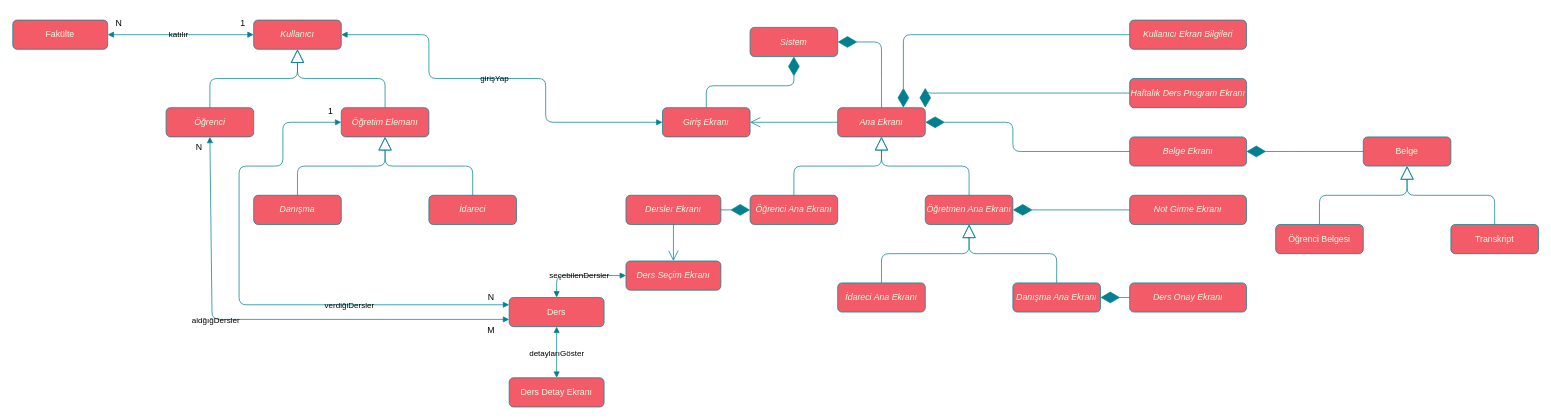
The draw.io diagram DrawIO(UML)/UBYS UML Concept.drawio in FP-Leo/Student_Information-_System-UBYS, before the edit. Source tidied: cells renumbered, new cells numbered last; positions are measured from the earlier drawing's top-left corner, leaving out a move shared by most shapes. Both pictures are drawn from the tidied source at 73%, with x=0, y=0 at pixel (12, 12).
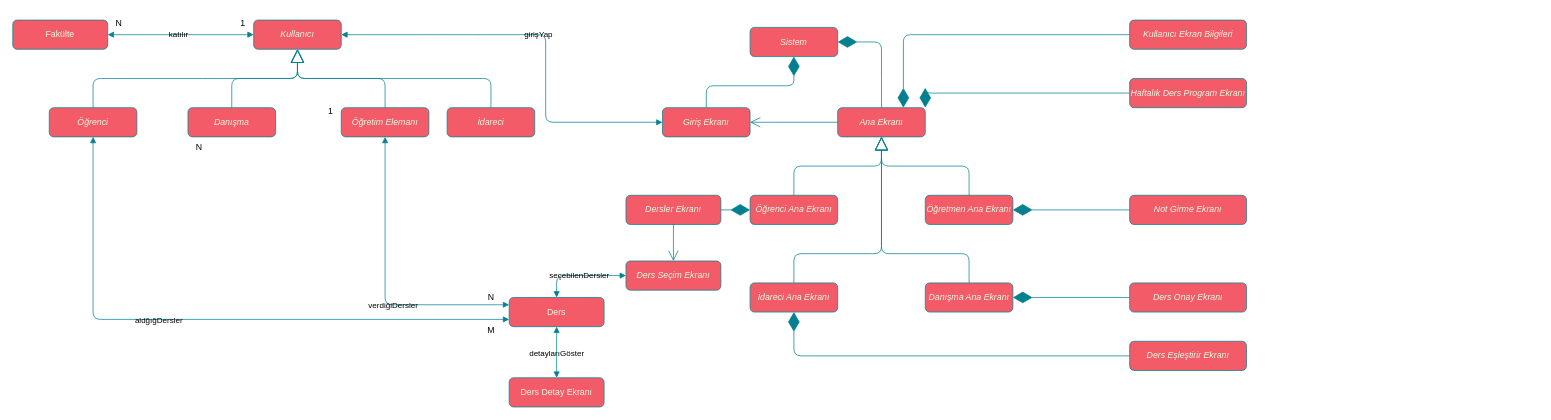
The same diagram, later.

Commit message:
Updated UML Concept

Will have to revisit UML Implementation

Unchanged cells that the change refers to:
```xml
<mxCell id="2" value="&lt;span style=&quot;font-style: italic; text-wrap: nowrap;&quot;&gt;Kullanıcı&lt;/span&gt;" style="html=1;whiteSpace=wrap;rounded=1;labelBackgroundColor=none;fillColor=#F45B69;strokeColor=#028090;fontColor=#E4FDE1;" parent="1" vertex="1">
  <mxGeometry x="330" y="10" width="120" height="40" as="geometry" />
</mxCell>
<mxCell id="4" value="&lt;span style=&quot;font-style: italic; text-wrap: nowrap;&quot;&gt;Öğretim Elemanı&lt;/span&gt;" style="html=1;whiteSpace=wrap;rounded=1;labelBackgroundColor=none;fillColor=#F45B69;strokeColor=#028090;fontColor=#E4FDE1;" parent="1" vertex="1">
  <mxGeometry x="450" y="130" width="120" height="40" as="geometry" />
</mxCell>
<mxCell id="8" value="&lt;span style=&quot;text-wrap: nowrap;&quot;&gt;&lt;i&gt;Ana Ekranı&lt;/i&gt;&lt;/span&gt;" style="html=1;whiteSpace=wrap;rounded=1;labelBackgroundColor=none;fillColor=#F45B69;strokeColor=#028090;fontColor=#E4FDE1;" parent="1" vertex="1">
  <mxGeometry x="1130" y="130" width="120" height="40" as="geometry" />
</mxCell>
<mxCell id="9" value="&lt;span style=&quot;font-style: italic; text-wrap: nowrap;&quot;&gt;Giriş Ekranı&lt;/span&gt;" style="html=1;whiteSpace=wrap;rounded=1;labelBackgroundColor=none;fillColor=#F45B69;strokeColor=#028090;fontColor=#E4FDE1;" parent="1" vertex="1">
  <mxGeometry x="890" y="130" width="120" height="40" as="geometry" />
</mxCell>
<mxCell id="28" value="Ders" style="html=1;whiteSpace=wrap;rounded=1;labelBackgroundColor=none;fillColor=#F45B69;strokeColor=#028090;fontColor=#E4FDE1;" parent="1" vertex="1">
  <mxGeometry x="680" y="390" width="130" height="40" as="geometry" />
</mxCell>
```

The edit, as a diff of the source:
```diff
@@
     <mxCell id="3" value="&lt;span style=&quot;font-style: italic; text-wrap: nowrap;&quot;&gt;Öğrenci&lt;/span&gt;" style="html=1;whiteSpace=wrap;rounded=1;labelBackgroundColor=none;fillColor=#F45B69;strokeColor=#028090;fontColor=#E4FDE1;" parent="1" vertex="1">
-      <mxGeometry x="210" y="130" width="120" height="40" as="geometry" />
+      <mxGeometry x="50" y="130" width="120" height="40" as="geometry" />
     </mxCell>
@@
     <mxCell id="5" value="&lt;span style=&quot;font-style: italic; text-wrap: nowrap;&quot;&gt;Danışma&lt;/span&gt;" style="html=1;whiteSpace=wrap;rounded=1;labelBackgroundColor=none;fillColor=#F45B69;strokeColor=#028090;fontColor=#E4FDE1;" parent="1" vertex="1">
-      <mxGeometry x="330" y="250" width="120" height="40" as="geometry" />
+      <mxGeometry x="240" y="130" width="120" height="40" as="geometry" />
     </mxCell>
     <mxCell id="6" value="&lt;i&gt;İdareci&lt;/i&gt;" style="html=1;whiteSpace=wrap;align=center;rounded=1;labelBackgroundColor=none;fillColor=#F45B69;strokeColor=#028090;fontColor=#E4FDE1;" parent="1" vertex="1">
-      <mxGeometry x="570" y="250" width="120" height="40" as="geometry" />
+      <mxGeometry x="595" y="130" width="120" height="40" as="geometry" />
     </mxCell>
@@
     <mxCell id="12" value="&lt;span style=&quot;text-wrap: nowrap;&quot;&gt;&lt;i&gt;İdareci Ana Ekranı&lt;/i&gt;&lt;/span&gt;" style="html=1;whiteSpace=wrap;rounded=1;strokeColor=#028090;labelBackgroundColor=none;fillColor=#F45B69;fontColor=#E4FDE1;" parent="1" vertex="1">
-      <mxGeometry x="1130" y="370" width="120" height="40" as="geometry" />
+      <mxGeometry x="1010" y="370" width="120" height="40" as="geometry" />
     </mxCell>
     <mxCell id="13" value="&lt;span style=&quot;text-wrap: nowrap;&quot;&gt;&lt;i&gt;Danışma Ana Ekranı&lt;/i&gt;&lt;/span&gt;" style="html=1;whiteSpace=wrap;rounded=1;labelBackgroundColor=none;fillColor=#F45B69;strokeColor=#028090;fontColor=#E4FDE1;" parent="1" vertex="1">
-      <mxGeometry x="1370" y="370" width="120" height="40" as="geometry" />
+      <mxGeometry x="1250" y="370" width="120" height="40" as="geometry" />
     </mxCell>
@@
-    <mxCell id="17" value="&lt;span style=&quot;text-wrap: nowrap;&quot;&gt;&lt;i&gt;Belge Ekranı&lt;/i&gt;&lt;/span&gt;" style="html=1;whiteSpace=wrap;rounded=1;labelBackgroundColor=none;fillColor=#F45B69;strokeColor=#028090;fontColor=#E4FDE1;" parent="1" vertex="1">
-      <mxGeometry x="1530" y="170" width="160" height="40" as="geometry" />
-    </mxCell>
@@
-    <mxCell id="24" style="endArrow=diamondThin;endFill=1;endSize=24;html=1;rounded=1;exitX=0;exitY=0.5;exitDx=0;exitDy=0;entryX=1;entryY=0.5;entryDx=0;entryDy=0;fillColor=#F45B69;strokeColor=#028090;labelBackgroundColor=none;fontColor=default;" parent="1" edge="1" source="17" target="8">
-      <mxGeometry relative="1" as="geometry">
-        <Array as="points">
-          <mxPoint x="1370" y="190" />
-          <mxPoint x="1370" y="150" />
-        </Array>
-      </mxGeometry>
-    </mxCell>
@@
     <mxCell id="34" style="endArrow=block;endSize=16;endFill=0;html=1;rounded=1;exitX=0.5;exitY=0;exitDx=0;exitDy=0;entryX=0.5;entryY=1;entryDx=0;entryDy=0;labelBackgroundColor=none;strokeColor=#028090;fontColor=default;" parent="1" edge="1" source="3" target="2">
       <mxGeometry relative="1" as="geometry">
         <Array as="points">
+          <mxPoint x="110" y="90" />
           <mxPoint x="270" y="90" />
           <mxPoint x="390" y="90" />
         </Array>
       </mxGeometry>
     </mxCell>
@@
-    <mxCell id="36" style="endArrow=block;endSize=16;endFill=0;html=1;rounded=1;labelBackgroundColor=none;strokeColor=#028090;fontColor=default;" parent="1" edge="1">
+    <mxCell id="36" style="endArrow=block;endSize=16;endFill=0;html=1;rounded=1;labelBackgroundColor=none;strokeColor=#028090;fontColor=default;exitX=0.5;exitY=0;exitDx=0;exitDy=0;" parent="1" edge="1" source="5">
       <mxGeometry relative="1" as="geometry">
-        <mxPoint x="390" y="250" as="sourcePoint" />
-        <mxPoint x="510" y="170" as="targetPoint" />
+        <mxPoint x="390" y="50" as="targetPoint" />
         <Array as="points">
-          <mxPoint x="390" y="210" />
-          <mxPoint x="510" y="210" />
+          <mxPoint x="300" y="90" />
+          <mxPoint x="390" y="90" />
         </Array>
       </mxGeometry>
     </mxCell>
-    <mxCell id="37" style="endArrow=block;endSize=16;endFill=0;html=1;rounded=1;entryX=0.5;entryY=1;entryDx=0;entryDy=0;labelBackgroundColor=none;strokeColor=#028090;fontColor=default;" parent="1" edge="1" target="4">
-      <mxGeometry relative="1" as="geometry">
-        <mxPoint x="630" y="250" as="sourcePoint" />
-        <Array as="points">
-          <mxPoint x="630" y="210" />
-          <mxPoint x="510" y="210" />
-        </Array>
-      </mxGeometry>
-    </mxCell>
@@
-    <mxCell id="47" value="Belge" style="whiteSpace=wrap;html=1;rounded=1;labelBackgroundColor=none;fillColor=#F45B69;strokeColor=#028090;fontColor=#E4FDE1;" parent="1" vertex="1">
-      <mxGeometry x="1850" y="170" width="120" height="40" as="geometry" />
-    </mxCell>
-    <mxCell id="48" style="endArrow=diamondThin;endFill=1;endSize=24;html=1;rounded=1;exitX=0;exitY=0.5;exitDx=0;exitDy=0;entryX=1;entryY=0.5;entryDx=0;entryDy=0;labelBackgroundColor=none;strokeColor=#028090;fontColor=default;" parent="1" edge="1" source="47" target="17">
-      <mxGeometry relative="1" as="geometry">
-        <Array as="points">
-          <mxPoint x="1760" y="190" />
-        </Array>
-      </mxGeometry>
-    </mxCell>
-    <mxCell id="49" value="Transkript" style="whiteSpace=wrap;html=1;rounded=1;labelBackgroundColor=none;fillColor=#F45B69;strokeColor=#028090;fontColor=#E4FDE1;" parent="1" vertex="1">
-      <mxGeometry x="1970" y="290" width="120" height="40" as="geometry" />
-    </mxCell>
-    <mxCell id="50" value="Öğrenci Belgesi" style="whiteSpace=wrap;html=1;rounded=1;labelBackgroundColor=none;fillColor=#F45B69;strokeColor=#028090;fontColor=#E4FDE1;" parent="1" vertex="1">
-      <mxGeometry x="1730" y="290" width="120" height="40" as="geometry" />
-    </mxCell>
-    <mxCell id="51" style="endArrow=block;endSize=16;endFill=0;html=1;rounded=1;exitX=0.5;exitY=0;exitDx=0;exitDy=0;entryX=0.5;entryY=1;entryDx=0;entryDy=0;labelBackgroundColor=none;strokeColor=#028090;fontColor=default;" parent="1" edge="1" source="50" target="47">
-      <mxGeometry relative="1" as="geometry">
-        <Array as="points">
-          <mxPoint x="1790" y="250" />
-          <mxPoint x="1850" y="250" />
-          <mxPoint x="1910" y="250" />
-        </Array>
-      </mxGeometry>
-    </mxCell>
-    <mxCell id="52" style="endArrow=block;endSize=16;endFill=0;html=1;rounded=1;exitX=0.5;exitY=0;exitDx=0;exitDy=0;entryX=0.5;entryY=1;entryDx=0;entryDy=0;labelBackgroundColor=none;strokeColor=#028090;fontColor=default;" parent="1" edge="1" target="47">
-      <mxGeometry relative="1" as="geometry">
-        <mxPoint x="2030" y="290" as="sourcePoint" />
-        <Array as="points">
-          <mxPoint x="2030" y="250" />
-          <mxPoint x="1910" y="250" />
-        </Array>
-      </mxGeometry>
-    </mxCell>
     <mxCell id="53" style="endArrow=block;startArrow=block;endFill=1;startFill=1;html=1;rounded=1;entryX=0;entryY=0.75;entryDx=0;entryDy=0;labelBackgroundColor=none;strokeColor=#028090;fontColor=default;exitX=0.5;exitY=1;exitDx=0;exitDy=0;" parent="1" edge="1" source="3" target="28">
       <mxGeometry relative="1" as="geometry">
         <Array as="points">
-          <mxPoint x="273" y="420" />
+          <mxPoint x="110" y="420" />
         </Array>
       </mxGeometry>
     </mxCell>
@@
-    <mxCell id="55" style="endArrow=block;startArrow=block;endFill=1;startFill=1;html=1;rounded=1;exitX=0;exitY=0.25;exitDx=0;exitDy=0;entryX=0;entryY=0.5;entryDx=0;entryDy=0;labelBackgroundColor=none;strokeColor=#028090;fontColor=default;" parent="1" edge="1" source="28" target="4">
+    <mxCell id="55" style="endArrow=block;startArrow=block;endFill=1;startFill=1;html=1;rounded=1;exitX=0;exitY=0.25;exitDx=0;exitDy=0;entryX=0.5;entryY=1;entryDx=0;entryDy=0;labelBackgroundColor=none;strokeColor=#028090;fontColor=default;" parent="1" edge="1" source="28" target="4">
       <mxGeometry relative="1" as="geometry">
         <Array as="points">
-          <mxPoint x="310" y="400" />
-          <mxPoint x="310" y="210" />
-          <mxPoint x="370" y="210" />
-          <mxPoint x="370" y="150" />
+          <mxPoint x="510" y="400" />
+          <mxPoint x="510" y="330" />
         </Array>
       </mxGeometry>
     </mxCell>
     <mxCell id="56" value="verdiğiDersler" style="edgeLabel;html=1;align=center;verticalAlign=middle;rounded=1;labelBackgroundColor=none;fontColor=#000000;" parent="55" vertex="1">
       <mxGeometry x="0.04" y="-1" relative="1" as="geometry">
-        <mxPoint x="149" y="25" as="offset" />
+        <mxPoint x="9" y="38" as="offset" />
       </mxGeometry>
     </mxCell>
@@
     <mxCell id="61" style="endArrow=block;startArrow=block;endFill=1;startFill=1;html=1;rounded=1;exitX=0;exitY=0.5;exitDx=0;exitDy=0;labelBackgroundColor=none;strokeColor=#028090;fontColor=default;entryX=1;entryY=0.5;entryDx=0;entryDy=0;" parent="1" edge="1" source="9" target="2">
       <mxGeometry relative="1" as="geometry">
         <Array as="points">
           <mxPoint x="730" y="150" />
-          <mxPoint x="730" y="90" />
-          <mxPoint x="570" y="90" />
+          <mxPoint x="730" y="30" />
+          <mxPoint x="640" y="30" />
           <mxPoint x="570" y="30" />
         </Array>
       </mxGeometry>
     </mxCell>
@@
-    <mxCell id="64" style="endArrow=block;endSize=16;endFill=0;html=1;rounded=1;fillColor=#F45B69;strokeColor=#028090;labelBackgroundColor=none;fontColor=default;" parent="1" edge="1">
+    <mxCell id="64" style="endArrow=block;endSize=16;endFill=0;html=1;rounded=1;fillColor=#F45B69;strokeColor=#028090;labelBackgroundColor=none;fontColor=default;exitX=0.5;exitY=0;exitDx=0;exitDy=0;" parent="1" edge="1" source="12">
       <mxGeometry relative="1" as="geometry">
-        <mxPoint x="1190" y="370" as="sourcePoint" />
-        <mxPoint x="1310" y="290" as="targetPoint" />
+        <mxPoint x="1190" y="170" as="targetPoint" />
         <Array as="points">
+          <mxPoint x="1070" y="330" />
           <mxPoint x="1190" y="330" />
-          <mxPoint x="1310" y="330" />
         </Array>
       </mxGeometry>
     </mxCell>
-    <mxCell id="65" style="endArrow=block;endSize=16;endFill=0;html=1;rounded=1;entryX=0.5;entryY=1;entryDx=0;entryDy=0;fillColor=#F45B69;strokeColor=#028090;labelBackgroundColor=none;fontColor=default;" parent="1" edge="1">
+    <mxCell id="65" style="endArrow=block;endSize=16;endFill=0;html=1;rounded=1;fillColor=#F45B69;strokeColor=#028090;labelBackgroundColor=none;fontColor=default;" parent="1" edge="1">
       <mxGeometry relative="1" as="geometry">
-        <mxPoint x="1430" y="370" as="sourcePoint" />
-        <mxPoint x="1310" y="290" as="targetPoint" />
+        <mxPoint x="1310" y="370" as="sourcePoint" />
+        <mxPoint x="1190" y="170" as="targetPoint" />
         <Array as="points">
-          <mxPoint x="1430" y="330" />
           <mxPoint x="1310" y="330" />
+          <mxPoint x="1190" y="330" />
         </Array>
       </mxGeometry>
     </mxCell>
+    <mxCell id="66" style="endArrow=block;endSize=16;endFill=0;html=1;rounded=1;exitX=0.5;exitY=0;exitDx=0;exitDy=0;entryX=0.5;entryY=1;entryDx=0;entryDy=0;labelBackgroundColor=none;strokeColor=#028090;fontColor=default;" parent="1" edge="1" source="6" target="2">
+      <mxGeometry relative="1" as="geometry">
+        <Array as="points">
+          <mxPoint x="655" y="90" />
+          <mxPoint x="390" y="90" />
+        </Array>
+      </mxGeometry>
+    </mxCell>
+    <mxCell id="67" value="&lt;span style=&quot;text-wrap: nowrap;&quot;&gt;&lt;i&gt;Ders Eşleştirir Ekranı&lt;/i&gt;&lt;/span&gt;" style="html=1;whiteSpace=wrap;rounded=1;labelBackgroundColor=none;fillColor=#F45B69;strokeColor=#028090;fontColor=#E4FDE1;" parent="1" vertex="1">
+      <mxGeometry x="1530" y="450" width="160" height="40" as="geometry" />
+    </mxCell>
+    <mxCell id="68" style="endArrow=diamondThin;endFill=1;endSize=24;html=1;rounded=1;exitX=0;exitY=0.5;exitDx=0;exitDy=0;labelBackgroundColor=none;strokeColor=#028090;fontColor=default;entryX=0.5;entryY=1;entryDx=0;entryDy=0;" parent="1" edge="1" source="67" target="12">
+      <mxGeometry relative="1" as="geometry">
+        <Array as="points">
+          <mxPoint x="1070" y="470" />
+        </Array>
+      </mxGeometry>
+    </mxCell>
```
